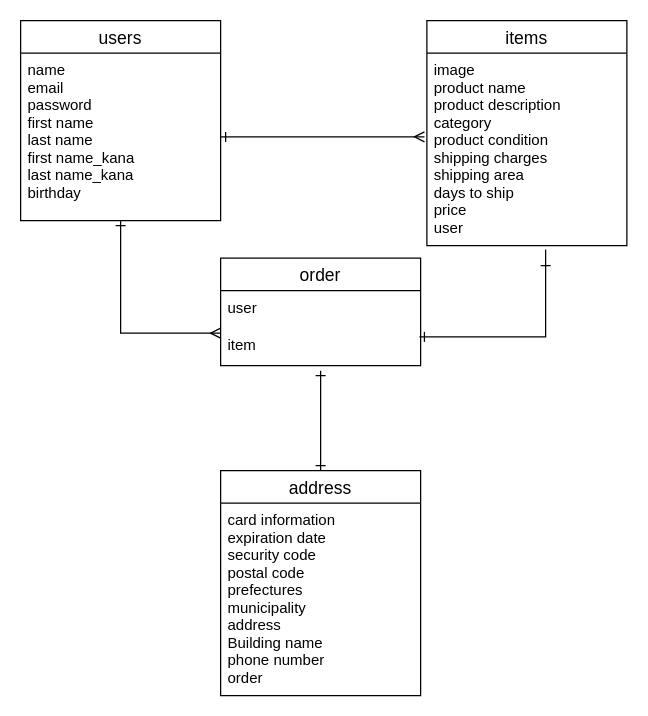
Before: test.dio in akane1213/furima-32334, a draw.io diagram. Source tidied: cells renumbered, new cells numbered last; positions are measured from the earlier drawing's top-left corner, leaving out a move shared by most shapes. Both pictures are drawn from the tidied source at 125%, with x=0, y=0 at pixel (20, 20).
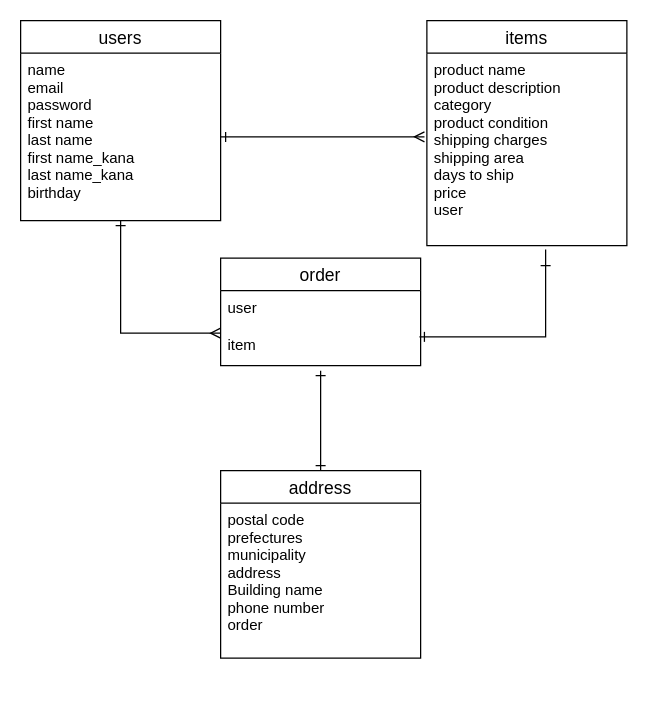
Above is the later version.

Commit message (it also covers changes not shown here):
README.md_レビュー後の修正

Diff of the diagram source:
```diff
@@
 <mxGraphModel>
   <root>
     <mxCell id="0" />
     <mxCell id="1" parent="0" />
     <mxCell id="2" value="users" style="swimlane;fontStyle=0;horizontal=1;startSize=26;align=center;fontSize=14;" parent="1" vertex="1">
       <mxGeometry width="160" height="160" as="geometry" />
     </mxCell>
     <mxCell id="3" value="name&#10;email&#10;password&#10;first name&#10;last name&#10;first name_kana&#10;last name_kana&#10;birthday" style="text;strokeColor=none;fillColor=none;spacingLeft=4;spacingRight=4;overflow=hidden;points=[[0,0.5],[1,0.5]];portConstraint=eastwest;fontSize=12;" parent="2" vertex="1">
       <mxGeometry y="26" width="160" height="134" as="geometry" />
     </mxCell>
     <mxCell id="4" value="items" style="swimlane;fontStyle=0;horizontal=1;startSize=26;align=center;fontSize=14;" parent="1" vertex="1">
       <mxGeometry x="325" width="160" height="180" as="geometry" />
     </mxCell>
-    <mxCell id="5" value="image&#10;product name&#10;product description&#10;category&#10;product condition&#10;shipping charges&#10;shipping area&#10;days to ship&#10;price&#10;user" style="text;strokeColor=none;fillColor=none;spacingLeft=4;spacingRight=4;overflow=hidden;points=[[0,0.5],[1,0.5]];portConstraint=eastwest;fontSize=12;" parent="4" vertex="1">
+    <mxCell id="5" value="product name&#10;product description&#10;category&#10;product condition&#10;shipping charges&#10;shipping area&#10;days to ship&#10;price&#10;user" style="text;strokeColor=none;fillColor=none;spacingLeft=4;spacingRight=4;overflow=hidden;points=[[0,0.5],[1,0.5]];portConstraint=eastwest;fontSize=12;" parent="4" vertex="1">
       <mxGeometry y="26" width="160" height="154" as="geometry" />
     </mxCell>
     <mxCell id="6" value="order" style="swimlane;fontStyle=0;horizontal=1;startSize=26;align=center;fontSize=14;" parent="1" vertex="1">
       <mxGeometry x="160" y="190" width="160" height="86" as="geometry" />
     </mxCell>
     <mxCell id="7" value="user" style="text;strokeColor=none;fillColor=none;spacingLeft=4;spacingRight=4;overflow=hidden;fontSize=12;" parent="6" vertex="1">
       <mxGeometry y="26" width="160" height="30" as="geometry" />
     </mxCell>
     <mxCell id="8" value="item" style="text;strokeColor=none;fillColor=none;spacingLeft=4;spacingRight=4;overflow=hidden;points=[[0,0.5],[1,0.5]];portConstraint=eastwest;fontSize=12;" parent="6" vertex="1">
       <mxGeometry y="56" width="160" height="30" as="geometry" />
     </mxCell>
     <mxCell id="9" style="edgeStyle=orthogonalEdgeStyle;rounded=0;orthogonalLoop=1;jettySize=auto;html=1;startArrow=ERone;startFill=0;endArrow=ERmany;endFill=0;" parent="1" edge="1">
       <mxGeometry relative="1" as="geometry">
         <mxPoint x="80" y="160" as="sourcePoint" />
         <mxPoint x="160" y="250" as="targetPoint" />
         <Array as="points">
           <mxPoint x="80" y="250" />
           <mxPoint x="160" y="250" />
         </Array>
       </mxGeometry>
     </mxCell>
     <mxCell id="10" style="edgeStyle=orthogonalEdgeStyle;rounded=0;jettySize=auto;html=1;entryX=0.994;entryY=0.233;entryDx=0;entryDy=0;entryPerimeter=0;startArrow=ERone;startFill=0;endArrow=ERone;endFill=0;" parent="1" edge="1" target="8">
       <mxGeometry relative="1" as="geometry">
         <mxPoint x="420" y="200" as="sourcePoint" />
         <Array as="points">
           <mxPoint x="420" y="183" />
           <mxPoint x="420" y="253" />
         </Array>
       </mxGeometry>
     </mxCell>
     <mxCell id="11" style="edgeStyle=orthogonalEdgeStyle;rounded=0;jettySize=auto;html=1;exitX=0.5;exitY=0;exitDx=0;exitDy=0;startArrow=ERone;startFill=0;endArrow=ERone;endFill=0;" parent="1" edge="1" source="12">
       <mxGeometry relative="1" as="geometry">
         <mxPoint x="240" y="280" as="targetPoint" />
       </mxGeometry>
     </mxCell>
     <mxCell id="12" value="address" style="swimlane;fontStyle=0;horizontal=1;startSize=26;align=center;fontSize=14;" parent="1" vertex="1">
-      <mxGeometry x="160" y="360" width="160" height="180" as="geometry" />
+      <mxGeometry x="160" y="360" width="160" height="150" as="geometry" />
     </mxCell>
-    <mxCell id="13" value="card information&#10;expiration date&#10;security code&#10;postal code&#10;prefectures&#10;municipality&#10;address&#10;Building name&#10;phone number&#10;order" style="text;strokeColor=none;fillColor=none;spacingLeft=4;spacingRight=4;overflow=hidden;fontSize=12;" parent="12" vertex="1">
-      <mxGeometry y="26" width="160" height="154" as="geometry" />
+    <mxCell id="13" value="postal code&#10;prefectures&#10;municipality&#10;address&#10;Building name&#10;phone number&#10;order" style="text;strokeColor=none;fillColor=none;spacingLeft=4;spacingRight=4;overflow=hidden;fontSize=12;" parent="12" vertex="1">
+      <mxGeometry y="26" width="160" height="124" as="geometry" />
     </mxCell>
     <mxCell id="14" style="edgeStyle=orthogonalEdgeStyle;rounded=0;jettySize=auto;html=1;exitX=1;exitY=0.5;exitDx=0;exitDy=0;entryX=-0.012;entryY=0.435;entryDx=0;entryDy=0;entryPerimeter=0;startArrow=ERone;startFill=0;endArrow=ERmany;endFill=0;" parent="1" edge="1" source="3" target="5">
       <mxGeometry relative="1" as="geometry" />
     </mxCell>
   </root>
 </mxGraphModel>
```
